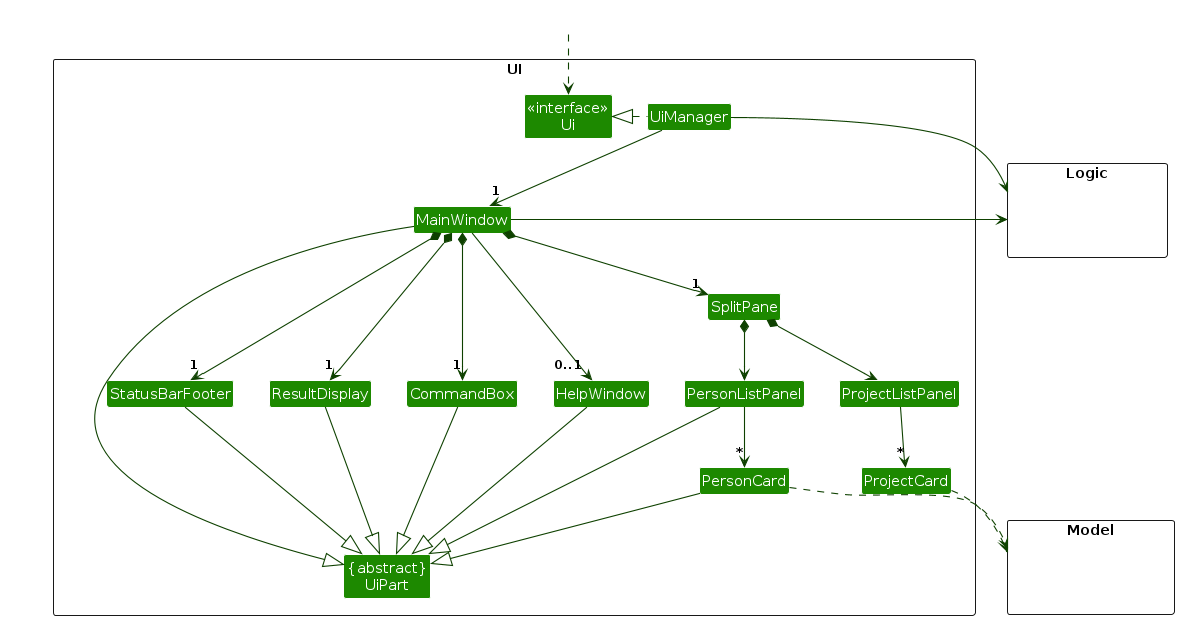
Before: diagrams/UiClassDiagram.png, a diagram exported from PlantUML (AY2526S1-CS2103T-W14-4/tp). Its source is kept beside it as diagrams/UiClassDiagram.puml.
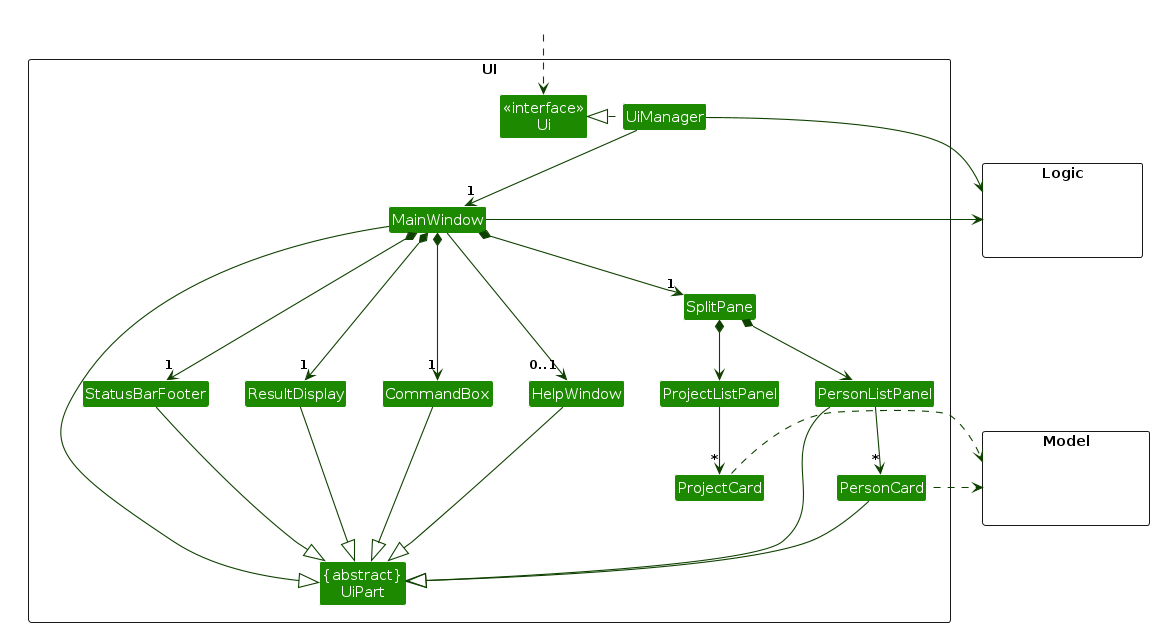
Above is the later version.

The edit, as a diff of the source:
```diff
@@ -54,8 +54,8 @@
 StatusBarFooter --|> UiPart
 HelpWindow --|> UiPart
 
-PersonCard ..> Model
-ProjectCard ..> Model
+PersonCard .left.> Model
+ProjectCard .right.> Model
 UiManager -right-> Logic
 MainWindow -left-> Logic
 
```
